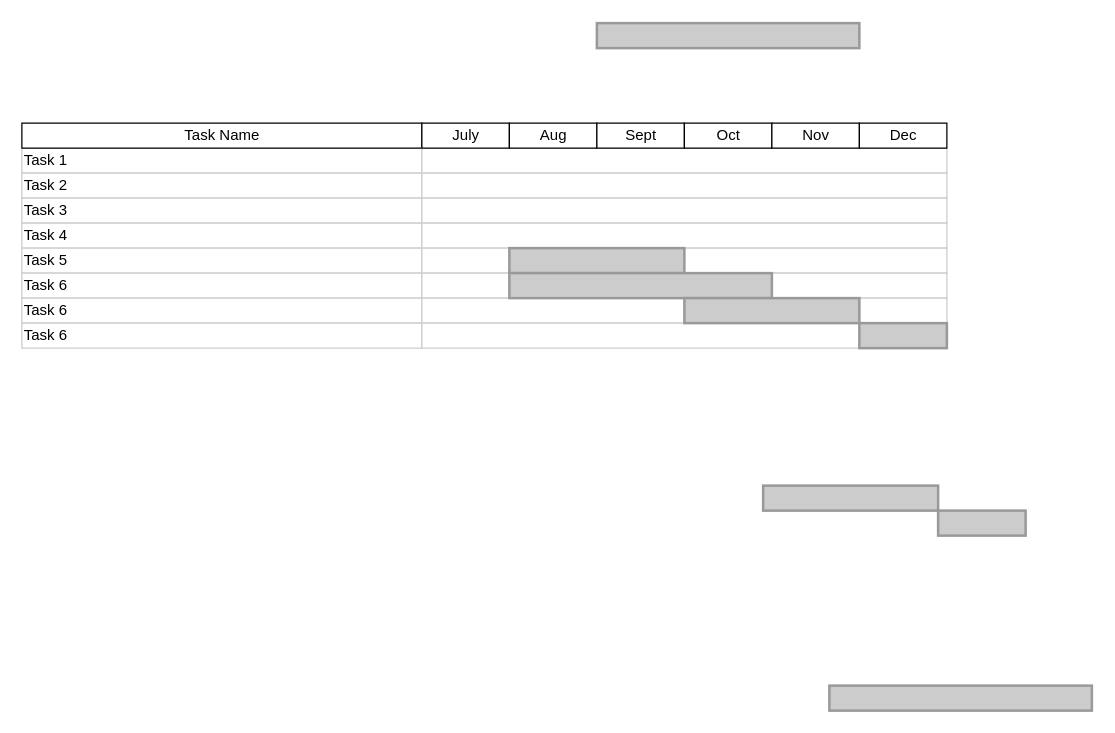
The draw.io diagram Untitled Diagram.drawio in ehz0ne/draw.io, before the edit. Source tidied: cells renumbered, new cells numbered last; positions are measured from the earlier drawing's top-left corner, leaving out a move shared by most shapes. Both pictures are drawn from the tidied source at 125%, with x=0, y=0 at pixel (21, 22).
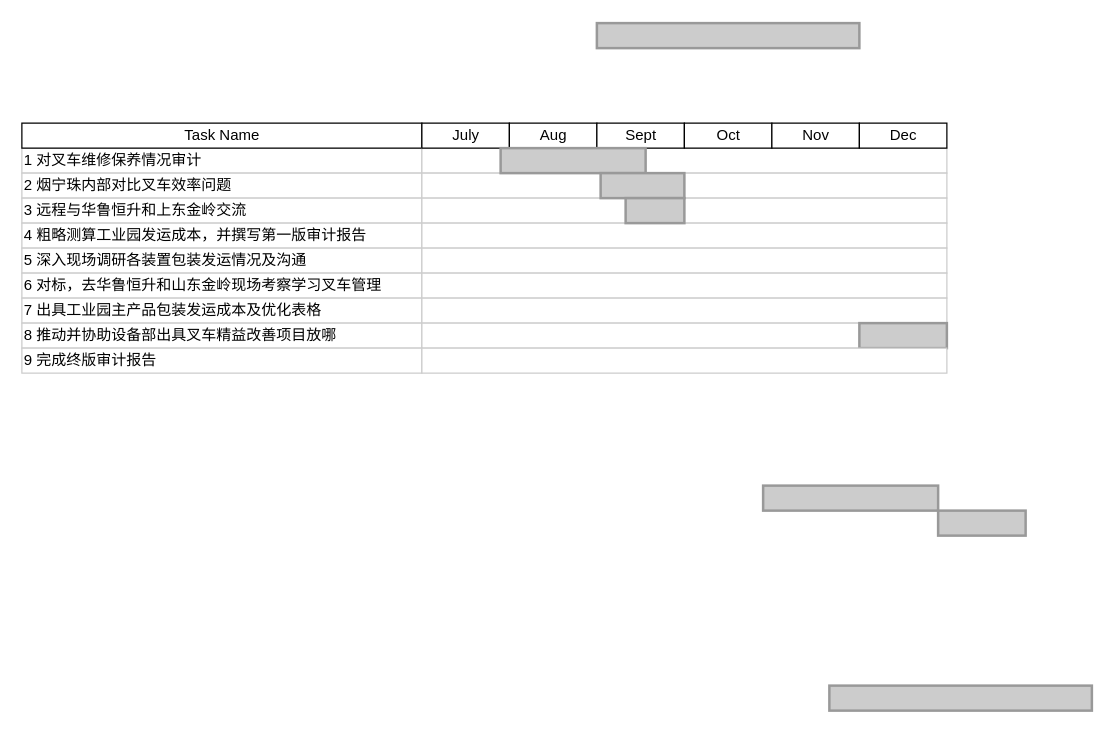
After the change.

Change to the diagram source:
```diff
@@
-    <mxCell id="2" value="Task 1" style="align=left;strokeColor=#CCCCCC;html=1;" parent="1" vertex="1">
+    <mxCell id="2" value="1 对叉车维修保养情况审计" style="align=left;strokeColor=#CCCCCC;html=1;" parent="1" vertex="1">
       <mxGeometry y="100" width="320" height="20" as="geometry" />
     </mxCell>
-    <mxCell id="3" value="Task 2" style="align=left;strokeColor=#CCCCCC;html=1;" parent="1" vertex="1">
+    <mxCell id="3" value="2 烟宁珠内部对比叉车效率问题" style="align=left;strokeColor=#CCCCCC;html=1;" parent="1" vertex="1">
       <mxGeometry y="120" width="320" height="20" as="geometry" />
     </mxCell>
-    <mxCell id="4" value="Task 3" style="align=left;strokeColor=#CCCCCC;html=1;" parent="1" vertex="1">
+    <mxCell id="4" value="3 远程与华鲁恒升和上东金岭交流" style="align=left;strokeColor=#CCCCCC;html=1;" parent="1" vertex="1">
       <mxGeometry y="140" width="320" height="20" as="geometry" />
     </mxCell>
-    <mxCell id="5" value="Task 4" style="align=left;strokeColor=#CCCCCC;html=1;" parent="1" vertex="1">
+    <mxCell id="5" value="4 粗略测算工业园发运成本，并撰写第一版审计报告" style="align=left;strokeColor=#CCCCCC;html=1;" parent="1" vertex="1">
       <mxGeometry y="160" width="320" height="20" as="geometry" />
     </mxCell>
-    <mxCell id="6" value="Task 5" style="align=left;strokeColor=#CCCCCC;html=1;" parent="1" vertex="1">
+    <mxCell id="6" value="5 深入现场调研各装置包装发运情况及沟通" style="align=left;strokeColor=#CCCCCC;html=1;" parent="1" vertex="1">
       <mxGeometry y="180" width="320" height="20" as="geometry" />
     </mxCell>
-    <mxCell id="7" value="Task 6" style="align=left;strokeColor=#CCCCCC;html=1;" parent="1" vertex="1">
+    <mxCell id="7" value="6 对标，去华鲁恒升和山东金岭现场考察学习叉车管理" style="align=left;strokeColor=#CCCCCC;html=1;" parent="1" vertex="1">
       <mxGeometry y="200" width="320" height="20" as="geometry" />
     </mxCell>
@@
-    <mxCell id="9" value="Task 6" style="align=left;strokeColor=#CCCCCC;html=1;" parent="1" vertex="1">
+    <mxCell id="9" value="7 出具工业园主产品包装发运成本及优化表格" style="align=left;strokeColor=#CCCCCC;html=1;" parent="1" vertex="1">
       <mxGeometry y="220" width="320" height="20" as="geometry" />
     </mxCell>
-    <mxCell id="10" value="Task 6" style="align=left;strokeColor=#CCCCCC;html=1;" parent="1" vertex="1">
+    <mxCell id="10" value="8 推动并协助设备部出具叉车精益改善项目放哪" style="align=left;strokeColor=#CCCCCC;html=1;" parent="1" vertex="1">
       <mxGeometry y="240" width="320" height="20" as="geometry" />
     </mxCell>
@@
     <mxCell id="29" style="whiteSpace=wrap;html=1;strokeWidth=2;fillColor=#CCCCCC;gradientColor=none;fontSize=14;align=center;strokeColor=#999999;" parent="1" vertex="1">
-      <mxGeometry x="390" y="180" width="140" height="20" as="geometry" />
+      <mxGeometry x="383" y="100" width="116" height="20" as="geometry" />
     </mxCell>
     <mxCell id="30" style="whiteSpace=wrap;html=1;strokeWidth=2;fillColor=#CCCCCC;gradientColor=none;fontSize=14;align=center;strokeColor=#999999;" parent="1" vertex="1">
-      <mxGeometry x="390" y="200" width="210" height="20" as="geometry" />
+      <mxGeometry x="463" y="120" width="67" height="20" as="geometry" />
     </mxCell>
     <mxCell id="31" style="whiteSpace=wrap;html=1;strokeWidth=2;fillColor=#CCCCCC;gradientColor=none;fontSize=14;align=center;strokeColor=#999999;" parent="1" vertex="1">
-      <mxGeometry x="530" y="220" width="140" height="20" as="geometry" />
+      <mxGeometry x="483" y="140" width="47" height="20" as="geometry" />
     </mxCell>
@@
+    <mxCell id="33" value="9 完成终版审计报告" style="align=left;strokeColor=#CCCCCC;html=1;" parent="1" vertex="1">
+      <mxGeometry y="260" width="320" height="20" as="geometry" />
+    </mxCell>
+    <mxCell id="34" style="align=left;strokeColor=#CCCCCC;html=1;" parent="1" vertex="1">
+      <mxGeometry x="320" y="260" width="420" height="20" as="geometry" />
+    </mxCell>
```
